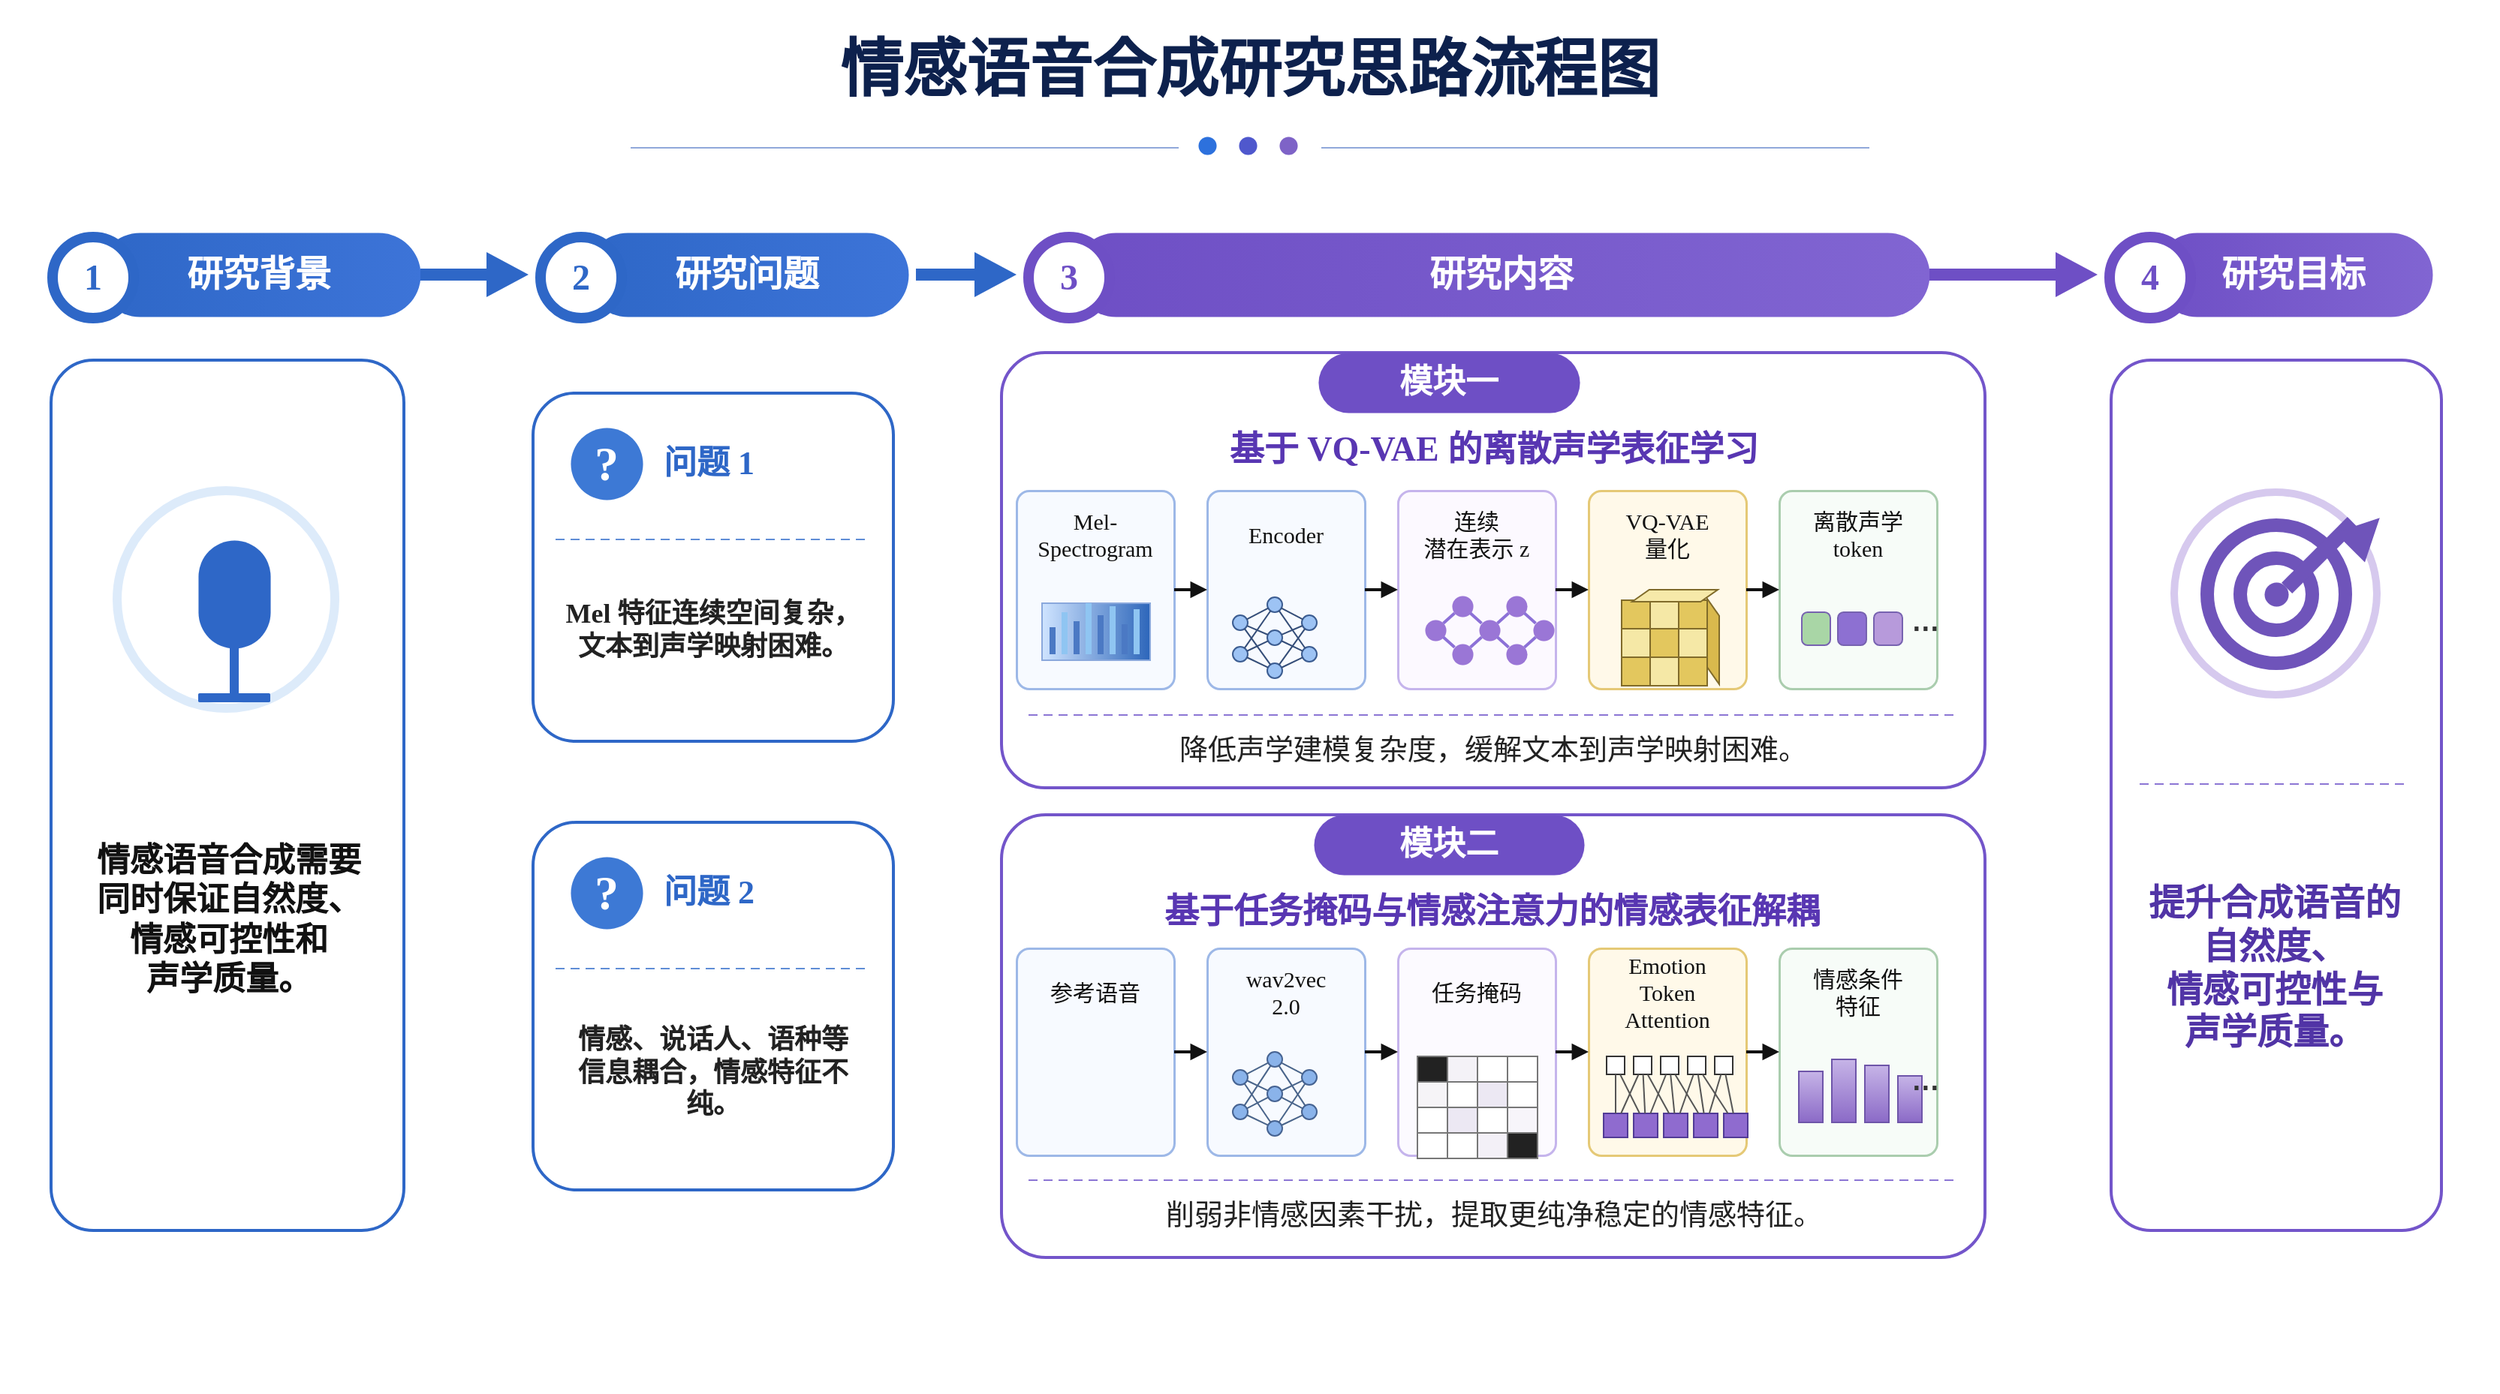
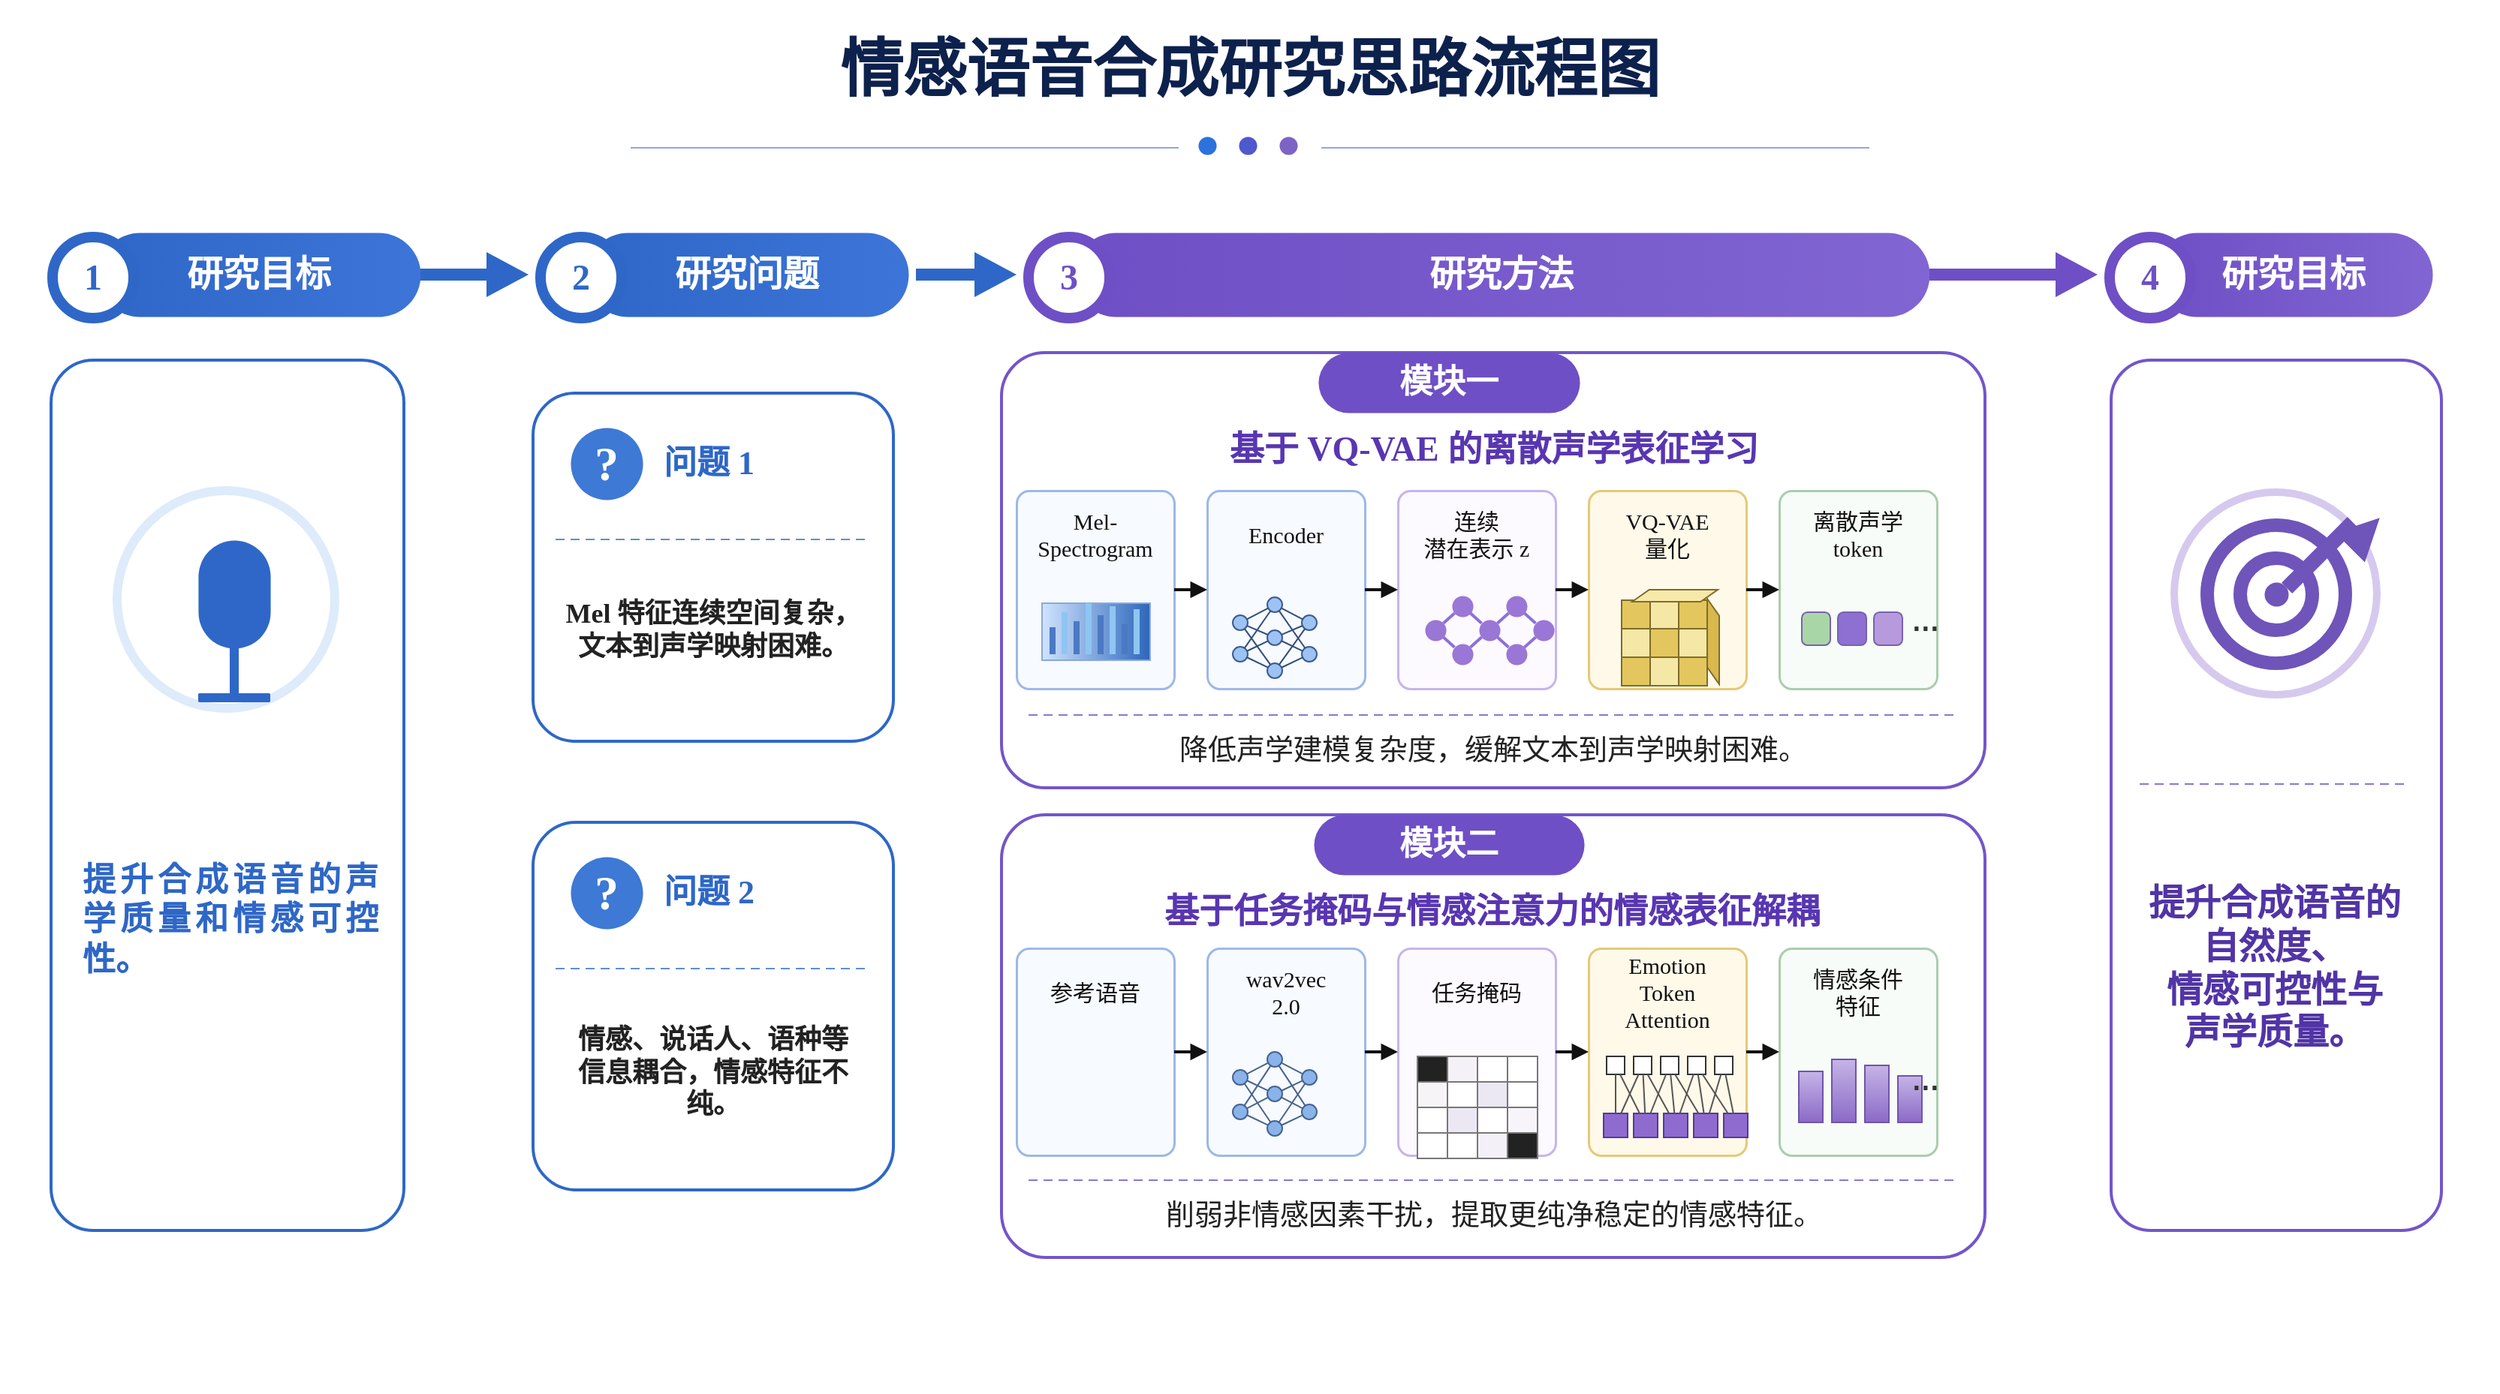
<mxfile host="app.diagrams.net">
  <diagram name="第 1 页" id="fVVEHDjkvuh4-jfM98xs">
-     <mxGraphModel dx="1585" dy="988" grid="1" gridSize="10" guides="1" tooltips="1" connect="1" arrows="1" fold="1" page="1" pageScale="1" pageWidth="1664" pageHeight="928" math="1" shadow="0">
+     <mxGraphModel dx="1717" dy="1070" grid="1" gridSize="10" guides="1" tooltips="1" connect="1" arrows="1" fold="1" page="1" pageScale="1" pageWidth="1664" pageHeight="928" math="1" shadow="0">
      <root>
        <mxCell id="0" />
        <mxCell id="1" parent="0" />
        <mxCell id="v2" parent="1" style="shape=rect;fillColor=#FFFFFF;strokeColor=none;fontFamily=Comic Sans MS;" value="" vertex="1">
          <mxGeometry height="928" width="1664" as="geometry" />
        </mxCell>
        <mxCell id="v3" parent="1" style="text;html=1;whiteSpace=wrap;align=center;verticalAlign=middle;fontFamily=Comic Sans MS;fontSize=42;fontColor=#0D214D;fontStyle=1;spacing=0;" value="情感语音合成研究思路流程图" vertex="1">
          <mxGeometry height="58" width="885" x="390" y="18" as="geometry" />
        </mxCell>
        <mxCell id="v4" parent="1" style="shape=line;strokeColor=#90A8DA;strokeWidth=1;fontFamily=Comic Sans MS;" value="" vertex="1">
          <mxGeometry height="1" width="365" x="420" y="98" as="geometry" />
        </mxCell>
        <mxCell id="v5" parent="1" style="shape=line;strokeColor=#90A8DA;strokeWidth=1;fontFamily=Comic Sans MS;" value="" vertex="1">
          <mxGeometry height="1" width="365" x="880" y="98" as="geometry" />
        </mxCell>
        <mxCell id="v6" parent="1" style="ellipse;whiteSpace=wrap;html=1;fillColor=#2D71DD;strokeColor=#2D71DD;strokeWidth=0;fontFamily=Comic Sans MS;" value="" vertex="1">
          <mxGeometry height="12" width="12" x="798" y="91" as="geometry" />
        </mxCell>
        <mxCell id="v7" parent="1" style="ellipse;whiteSpace=wrap;html=1;fillColor=#4F58CD;strokeColor=#4F58CD;strokeWidth=0;fontFamily=Comic Sans MS;" value="" vertex="1">
          <mxGeometry height="12" width="12" x="825" y="91" as="geometry" />
        </mxCell>
        <mxCell id="v8" parent="1" style="ellipse;whiteSpace=wrap;html=1;fillColor=#7E63C7;strokeColor=#7E63C7;strokeWidth=0;fontFamily=Comic Sans MS;" value="" vertex="1">
          <mxGeometry height="12" width="12" x="852" y="91" as="geometry" />
        </mxCell>
-         <mxCell id="v9" parent="1" style="rounded=1;arcSize=50;whiteSpace=wrap;html=1;fillColor=#2E67C7;strokeColor=none;strokeWidth=0;fontFamily=Comic Sans MS;gradientColor=#3D74D8;gradientDirection=east;fontSize=24;fontColor=#FFFFFF;fontStyle=1;align=center;verticalAlign=middle;" value="研究背景" vertex="1">
+         <mxCell id="v9" parent="1" style="rounded=1;arcSize=50;whiteSpace=wrap;html=1;fillColor=#2E67C7;strokeColor=none;strokeWidth=0;fontFamily=Comic Sans MS;gradientColor=#3D74D8;gradientDirection=east;fontSize=24;fontColor=#FFFFFF;fontStyle=1;align=center;verticalAlign=middle;" value="研究目标" vertex="1">
          <mxGeometry height="56" width="215" x="65" y="155" as="geometry" />
        </mxCell>
        <mxCell id="v10" parent="1" style="ellipse;whiteSpace=wrap;html=1;fillColor=#FFFFFF;strokeColor=#2E67C7;strokeWidth=7;fontFamily=Comic Sans MS;fontSize=24;fontColor=#2E67C7;fontStyle=1;align=center;verticalAlign=middle;" value="1" vertex="1">
          <mxGeometry height="54" width="54" x="35" y="158" as="geometry" />
        </mxCell>
        <mxCell id="v11" parent="1" style="rounded=1;arcSize=50;whiteSpace=wrap;html=1;fillColor=#2E67C7;strokeColor=none;strokeWidth=0;fontFamily=Comic Sans MS;gradientColor=#3D74D8;gradientDirection=east;fontSize=24;fontColor=#FFFFFF;fontStyle=1;align=center;verticalAlign=middle;" value="研究问题" vertex="1">
          <mxGeometry height="56" width="215" x="390" y="155" as="geometry" />
        </mxCell>
        <mxCell id="v12" parent="1" style="ellipse;whiteSpace=wrap;html=1;fillColor=#FFFFFF;strokeColor=#2E67C7;strokeWidth=7;fontFamily=Comic Sans MS;fontSize=24;fontColor=#2E67C7;fontStyle=1;align=center;verticalAlign=middle;" value="2" vertex="1">
          <mxGeometry height="54" width="54" x="360" y="158" as="geometry" />
        </mxCell>
-         <mxCell id="v13" parent="1" style="rounded=1;arcSize=50;whiteSpace=wrap;html=1;fillColor=#6E4FC5;strokeColor=none;strokeWidth=0;fontFamily=Comic Sans MS;gradientColor=#8165D2;gradientDirection=east;fontSize=24;fontColor=#FFFFFF;fontStyle=1;align=center;verticalAlign=middle;" value="研究内容" vertex="1">
+         <mxCell id="v13" parent="1" style="rounded=1;arcSize=50;whiteSpace=wrap;html=1;fillColor=#6E4FC5;strokeColor=none;strokeWidth=0;fontFamily=Comic Sans MS;gradientColor=#8165D2;gradientDirection=east;fontSize=24;fontColor=#FFFFFF;fontStyle=1;align=center;verticalAlign=middle;" value="研究方法" vertex="1">
          <mxGeometry height="56" width="570" x="715" y="155" as="geometry" />
        </mxCell>
        <mxCell id="v14" parent="1" style="ellipse;whiteSpace=wrap;html=1;fillColor=#FFFFFF;strokeColor=#6E4FC5;strokeWidth=7;fontFamily=Comic Sans MS;fontSize=24;fontColor=#6E4FC5;fontStyle=1;align=center;verticalAlign=middle;" value="3" vertex="1">
          <mxGeometry height="54" width="54" x="685" y="158" as="geometry" />
        </mxCell>
        <mxCell id="v15" parent="1" style="rounded=1;arcSize=50;whiteSpace=wrap;html=1;fillColor=#6E4FC5;strokeColor=none;strokeWidth=0;fontFamily=Comic Sans MS;gradientColor=#8165D2;gradientDirection=east;fontSize=24;fontColor=#FFFFFF;fontStyle=1;align=center;verticalAlign=middle;" value="研究目标" vertex="1">
          <mxGeometry height="56" width="185" x="1435" y="155" as="geometry" />
        </mxCell>
        <mxCell id="v16" parent="1" style="ellipse;whiteSpace=wrap;html=1;fillColor=#FFFFFF;strokeColor=#6E4FC5;strokeWidth=7;fontFamily=Comic Sans MS;fontSize=24;fontColor=#6E4FC5;fontStyle=1;align=center;verticalAlign=middle;" value="4" vertex="1">
          <mxGeometry height="54" width="54" x="1405" y="158" as="geometry" />
        </mxCell>
        <mxCell id="v17" parent="1" style="shape=rect;fillColor=#2E67C7;strokeColor=none;fontFamily=Comic Sans MS;" value="" vertex="1">
          <mxGeometry height="8" width="52" x="280" y="179" as="geometry" />
        </mxCell>
        <mxCell id="v18" parent="1" style="shape=triangle;direction=east;fillColor=#2E67C7;strokeColor=none;fontFamily=Comic Sans MS;" value="" vertex="1">
          <mxGeometry height="30" width="28" x="324" y="168" as="geometry" />
        </mxCell>
        <mxCell id="v19" parent="1" style="shape=rect;fillColor=#2E67C7;strokeColor=none;fontFamily=Comic Sans MS;" value="" vertex="1">
          <mxGeometry height="8" width="47" x="610" y="179" as="geometry" />
        </mxCell>
        <mxCell id="v20" parent="1" style="shape=triangle;direction=east;fillColor=#2E67C7;strokeColor=none;fontFamily=Comic Sans MS;" value="" vertex="1">
          <mxGeometry height="30" width="28" x="649" y="168" as="geometry" />
        </mxCell>
        <mxCell id="v21" parent="1" style="shape=rect;fillColor=#6E4FC5;strokeColor=none;fontFamily=Comic Sans MS;" value="" vertex="1">
          <mxGeometry height="8" width="92" x="1285" y="179" as="geometry" />
        </mxCell>
        <mxCell id="v22" parent="1" style="shape=triangle;direction=east;fillColor=#6E4FC5;strokeColor=none;fontFamily=Comic Sans MS;" value="" vertex="1">
          <mxGeometry height="30" width="28" x="1369" y="168" as="geometry" />
        </mxCell>
        <mxCell id="v23" parent="1" style="rounded=1;arcSize=12;whiteSpace=wrap;html=1;fillColor=#FFFFFF;strokeColor=#2E67C7;strokeWidth=2;fontFamily=Comic Sans MS;" value="" vertex="1">
          <mxGeometry height="580" width="235" x="34" y="240" as="geometry" />
        </mxCell>
        <mxCell id="v24" parent="1" style="rounded=1;arcSize=12;whiteSpace=wrap;html=1;fillColor=#FFFFFF;strokeColor=#2E67C7;strokeWidth=2;fontFamily=Comic Sans MS;" value="" vertex="1">
          <mxGeometry height="232" width="240" x="355" y="262" as="geometry" />
        </mxCell>
        <mxCell id="v25" parent="1" style="rounded=1;arcSize=12;whiteSpace=wrap;html=1;fillColor=#FFFFFF;strokeColor=#2E67C7;strokeWidth=2;fontFamily=Comic Sans MS;" value="" vertex="1">
          <mxGeometry height="245" width="240" x="355" y="548" as="geometry" />
        </mxCell>
        <mxCell id="v26" parent="1" style="rounded=1;arcSize=10;whiteSpace=wrap;html=1;fillColor=#FFFFFF;strokeColor=#7355CA;strokeWidth=2;fontFamily=Comic Sans MS;" value="" vertex="1">
          <mxGeometry height="290" width="655" x="667" y="235" as="geometry" />
        </mxCell>
        <mxCell id="v27" parent="1" style="rounded=1;arcSize=10;whiteSpace=wrap;html=1;fillColor=#FFFFFF;strokeColor=#7355CA;strokeWidth=2;fontFamily=Comic Sans MS;" value="" vertex="1">
          <mxGeometry height="295" width="655" x="667" y="543" as="geometry" />
        </mxCell>
        <mxCell id="v28" parent="1" style="rounded=1;arcSize=12;whiteSpace=wrap;html=1;fillColor=#FFFFFF;strokeColor=#7355CA;strokeWidth=2;fontFamily=Comic Sans MS;" value="" vertex="1">
          <mxGeometry height="580" width="220" x="1406" y="240" as="geometry" />
        </mxCell>
        <mxCell id="v29" parent="1" style="ellipse;whiteSpace=wrap;html=1;fillColor=#FFFFFF;strokeColor=#DDEBFA;strokeWidth=6;fontFamily=Comic Sans MS;" value="" vertex="1">
          <mxGeometry height="145" width="145" x="78" y="327" as="geometry" />
        </mxCell>
        <mxCell id="v30" parent="1" style="rounded=1;arcSize=50;whiteSpace=wrap;html=1;fillColor=#2E67C7;strokeColor=#2E67C7;strokeWidth=0;fontFamily=Comic Sans MS;" value="" vertex="1">
          <mxGeometry height="72" width="48" x="132" y="360" as="geometry" />
        </mxCell>
        <mxCell id="v31" parent="1" style="shape=mxgraph.basic.arc;startAngle=180;endAngle=360;fillColor=none;strokeColor=#2E67C7;strokeWidth=5;fontFamily=Comic Sans MS;" value="" vertex="1">
          <mxGeometry height="58" width="70" x="121" y="388" as="geometry" />
        </mxCell>
        <mxCell id="v32" parent="1" style="shape=rect;fillColor=#2E67C7;strokeColor=none;fontFamily=Comic Sans MS;" value="" vertex="1">
          <mxGeometry height="34" width="6" x="153" y="431" as="geometry" />
        </mxCell>
        <mxCell id="v33" parent="1" style="shape=rect;fillColor=#2E67C7;strokeColor=none;rounded=1;fontFamily=Comic Sans MS;" value="" vertex="1">
          <mxGeometry height="6" width="48" x="132" y="462" as="geometry" />
        </mxCell>
        <mxCell id="v34" parent="1" style="shape=mxgraph.basic.arc;startAngle=90;endAngle=270;direction=west;fillColor=none;strokeColor=#2E67C7;strokeWidth=4;fontFamily=Comic Sans MS;" value="" vertex="1">
          <mxGeometry height="38" width="18" x="90" y="380" as="geometry" />
        </mxCell>
        <mxCell id="v35" parent="1" style="shape=mxgraph.basic.arc;startAngle=90;endAngle=270;direction=west;fillColor=none;strokeColor=#2E67C7;strokeWidth=4;fontFamily=Comic Sans MS;" value="" vertex="1">
          <mxGeometry height="54" width="28" x="82" y="372" as="geometry" />
        </mxCell>
        <mxCell id="v36" parent="1" style="shape=mxgraph.basic.arc;startAngle=90;endAngle=270;direction=east;fillColor=none;strokeColor=#2E67C7;strokeWidth=4;fontFamily=Comic Sans MS;" value="" vertex="1">
          <mxGeometry height="38" width="18" x="193" y="380" as="geometry" />
        </mxCell>
        <mxCell id="v37" parent="1" style="shape=mxgraph.basic.arc;startAngle=90;endAngle=270;direction=east;fillColor=none;strokeColor=#2E67C7;strokeWidth=4;fontFamily=Comic Sans MS;" value="" vertex="1">
          <mxGeometry height="54" width="28" x="192" y="372" as="geometry" />
        </mxCell>
-         <mxCell id="v38" parent="1" style="text;html=1;whiteSpace=wrap;align=center;verticalAlign=middle;fontFamily=Comic Sans MS;fontSize=22;fontColor=#111111;fontStyle=0;spacing=0;" value="&lt;b&gt;情感语音合成需要&lt;br&gt;同时保证自然度、&lt;br&gt;情感可控性和&lt;br&gt;声学质量。&lt;/b&gt;" vertex="1">
+         <mxCell id="v38" parent="1" style="text;html=1;whiteSpace=wrap;align=left;verticalAlign=middle;fontFamily=Comic Sans MS;fontSize=22;fontColor=#111111;fontStyle=0;spacing=0;" value="&lt;div style=&quot;text-align: justify;&quot;&gt;&lt;b style=&quot;background-color: transparent; color: light-dark(rgb(46, 103, 199), rgb(237, 237, 237));&quot;&gt;提升合成语音的声学质量和情感可控性。&lt;/b&gt;&lt;/div&gt;" vertex="1">
          <mxGeometry height="225" width="195" x="55" y="500" as="geometry" />
        </mxCell>
        <mxCell id="v39" parent="1" style="ellipse;whiteSpace=wrap;html=1;fillColor=#3D79D5;strokeColor=#3D79D5;strokeWidth=0;fontFamily=Comic Sans MS;fontSize=32;fontColor=#FFFFFF;fontStyle=1;align=center;verticalAlign=middle;" value="?" vertex="1">
          <mxGeometry height="48" width="48" x="380" y="285" as="geometry" />
        </mxCell>
        <mxCell id="v40" parent="1" style="text;html=1;whiteSpace=wrap;align=left;verticalAlign=middle;fontFamily=Comic Sans MS;fontSize=22;fontColor=#2E67C7;fontStyle=1;spacing=0;" value="问题 1" vertex="1">
          <mxGeometry height="44" width="120" x="442" y="287" as="geometry" />
        </mxCell>
        <mxCell id="v41" parent="1" style="shape=line;strokeColor=#5F8DD6;strokeWidth=1;dashed=1;dashPattern=6 4;fontFamily=Comic Sans MS;" value="" vertex="1">
          <mxGeometry height="1" width="210" x="370" y="359" as="geometry" />
        </mxCell>
        <mxCell id="v42" parent="1" style="ellipse;whiteSpace=wrap;html=1;fillColor=#3D79D5;strokeColor=#3D79D5;strokeWidth=0;fontFamily=Comic Sans MS;fontSize=32;fontColor=#FFFFFF;fontStyle=1;align=center;verticalAlign=middle;" value="?" vertex="1">
          <mxGeometry height="48" width="48" x="380" y="571" as="geometry" />
        </mxCell>
        <mxCell id="v43" parent="1" style="text;html=1;whiteSpace=wrap;align=left;verticalAlign=middle;fontFamily=Comic Sans MS;fontSize=22;fontColor=#2E67C7;fontStyle=1;spacing=0;" value="问题 2" vertex="1">
          <mxGeometry height="44" width="120" x="442" y="573" as="geometry" />
        </mxCell>
        <mxCell id="v44" parent="1" style="shape=line;strokeColor=#5F8DD6;strokeWidth=1;dashed=1;dashPattern=6 4;fontFamily=Comic Sans MS;" value="" vertex="1">
          <mxGeometry height="1" width="210" x="370" y="645" as="geometry" />
        </mxCell>
        <mxCell id="v45" parent="1" style="text;html=1;whiteSpace=wrap;align=center;verticalAlign=middle;fontFamily=Comic Sans MS;fontSize=18;fontColor=#222222;fontStyle=0;spacing=0;" value="&lt;b&gt;Mel 特征连续空间复杂，&lt;br&gt;文本到声学映射困难。&lt;/b&gt;" vertex="1">
          <mxGeometry height="110" width="210" x="370" y="365" as="geometry" />
        </mxCell>
        <mxCell id="v46" parent="1" style="text;html=1;whiteSpace=wrap;align=center;verticalAlign=middle;fontFamily=Comic Sans MS;fontSize=18;fontColor=#222222;fontStyle=0;spacing=0;" value="&lt;b&gt;情感、说话人、语种等&lt;br&gt;信息耦合，情感特征不纯。&lt;/b&gt;" vertex="1">
          <mxGeometry height="115" width="210" x="370" y="657" as="geometry" />
        </mxCell>
        <mxCell id="e47" edge="1" parent="1" style="edgeStyle=orthogonalEdgeStyle;rounded=0;html=1;strokeColor=#3B72CA;strokeWidth=3;dashed=1;dashPattern=6 4;endArrow=block;endFill=1;" value="">
          <mxGeometry relative="1" as="geometry">
            <Array as="points">
              <mxPoint x="278" y="510" />
              <mxPoint x="310" y="510" />
              <mxPoint x="310" y="378" />
              <mxPoint x="350" y="378" />
            </Array>
          </mxGeometry>
        </mxCell>
        <mxCell id="e48" edge="1" parent="1" style="edgeStyle=orthogonalEdgeStyle;rounded=0;html=1;strokeColor=#3B72CA;strokeWidth=3;dashed=1;dashPattern=6 4;endArrow=block;endFill=1;" value="">
          <mxGeometry relative="1" as="geometry">
            <Array as="points">
              <mxPoint x="278" y="510" />
              <mxPoint x="310" y="510" />
              <mxPoint x="310" y="670" />
              <mxPoint x="350" y="670" />
            </Array>
          </mxGeometry>
        </mxCell>
        <mxCell id="e49" edge="1" parent="1" style="edgeStyle=orthogonalEdgeStyle;rounded=0;html=1;strokeColor=#6E4FC5;strokeWidth=3;dashed=1;dashPattern=6 4;endArrow=block;endFill=1;" value="">
          <mxGeometry relative="1" as="geometry">
            <Array as="points">
              <mxPoint x="595" y="378" />
              <mxPoint x="625" y="378" />
              <mxPoint x="625" y="356" />
              <mxPoint x="665" y="356" />
            </Array>
          </mxGeometry>
        </mxCell>
        <mxCell id="e50" edge="1" parent="1" style="edgeStyle=orthogonalEdgeStyle;rounded=0;html=1;strokeColor=#6E4FC5;strokeWidth=3;dashed=1;dashPattern=6 4;endArrow=block;endFill=1;" value="">
          <mxGeometry relative="1" as="geometry">
            <Array as="points">
              <mxPoint x="595" y="670" />
              <mxPoint x="625" y="670" />
              <mxPoint x="625" y="695" />
              <mxPoint x="665" y="695" />
            </Array>
          </mxGeometry>
        </mxCell>
        <mxCell id="v51" parent="1" style="rounded=1;arcSize=50;whiteSpace=wrap;html=1;fillColor=#6E4FC5;strokeColor=#6E4FC5;strokeWidth=0;fontFamily=Comic Sans MS;fontSize=22;fontColor=#FFFFFF;fontStyle=1;align=center;verticalAlign=middle;" value="模块一" vertex="1">
          <mxGeometry height="40" width="174" x="878" y="235" as="geometry" />
        </mxCell>
        <mxCell id="v52" parent="1" style="rounded=1;arcSize=50;whiteSpace=wrap;html=1;fillColor=#6E4FC5;strokeColor=#6E4FC5;strokeWidth=0;fontFamily=Comic Sans MS;fontSize=22;fontColor=#FFFFFF;fontStyle=1;align=center;verticalAlign=middle;" value="模块二" vertex="1">
          <mxGeometry height="40" width="180" x="875" y="543" as="geometry" />
        </mxCell>
        <mxCell id="v53" parent="1" style="text;html=1;whiteSpace=wrap;align=center;verticalAlign=middle;fontFamily=Comic Sans MS;fontSize=23;fontColor=#5836B2;fontStyle=1;spacing=0;" value="基于 VQ-VAE 的离散声学表征学习" vertex="1">
          <mxGeometry height="38" width="520" x="735" y="280" as="geometry" />
        </mxCell>
        <mxCell id="v54" parent="1" style="text;html=1;whiteSpace=wrap;align=center;verticalAlign=middle;fontFamily=Comic Sans MS;fontSize=23;fontColor=#5836B2;fontStyle=1;spacing=0;" value="基于任务掩码与情感注意力的情感表征解耦" vertex="1">
          <mxGeometry height="38" width="580" x="704" y="588" as="geometry" />
        </mxCell>
        <mxCell id="v55" parent="1" style="rounded=1;arcSize=8;whiteSpace=wrap;html=1;fillColor=#F7FAFF;strokeColor=#9DB8E7;strokeWidth=1.5;fontFamily=Comic Sans MS;" value="" vertex="1">
          <mxGeometry height="132" width="105" x="677" y="327" as="geometry" />
        </mxCell>
        <mxCell id="v56" parent="1" style="text;html=1;whiteSpace=wrap;align=center;verticalAlign=middle;fontFamily=Comic Sans MS;fontSize=15;fontColor=#111111;fontStyle=0;spacing=0;" value="Mel-&lt;br&gt;Spectrogram" vertex="1">
          <mxGeometry height="42" width="95" x="682" y="335" as="geometry" />
        </mxCell>
        <mxCell id="v57" parent="1" style="rounded=1;arcSize=8;whiteSpace=wrap;html=1;fillColor=#F7FAFF;strokeColor=#9DB8E7;strokeWidth=1.5;fontFamily=Comic Sans MS;" value="" vertex="1">
          <mxGeometry height="132" width="105" x="804" y="327" as="geometry" />
        </mxCell>
        <mxCell id="v58" parent="1" style="text;html=1;whiteSpace=wrap;align=center;verticalAlign=middle;fontFamily=Comic Sans MS;fontSize=15;fontColor=#111111;fontStyle=0;spacing=0;" value="Encoder" vertex="1">
          <mxGeometry height="42" width="95" x="809" y="335" as="geometry" />
        </mxCell>
        <mxCell id="v59" parent="1" style="rounded=1;arcSize=8;whiteSpace=wrap;html=1;fillColor=#FCF9FF;strokeColor=#C5B4EC;strokeWidth=1.5;fontFamily=Comic Sans MS;" value="" vertex="1">
          <mxGeometry height="132" width="105" x="931" y="327" as="geometry" />
        </mxCell>
        <mxCell id="v60" parent="1" style="text;html=1;whiteSpace=wrap;align=center;verticalAlign=middle;fontFamily=Comic Sans MS;fontSize=15;fontColor=#111111;fontStyle=0;spacing=0;" value="连续&lt;br&gt;潜在表示 z" vertex="1">
          <mxGeometry height="42" width="95" x="936" y="335" as="geometry" />
        </mxCell>
        <mxCell id="v61" parent="1" style="rounded=1;arcSize=8;whiteSpace=wrap;html=1;fillColor=#FFF9E9;strokeColor=#E5C976;strokeWidth=1.5;fontFamily=Comic Sans MS;" value="" vertex="1">
          <mxGeometry height="132" width="105" x="1058" y="327" as="geometry" />
        </mxCell>
        <mxCell id="v62" parent="1" style="text;html=1;whiteSpace=wrap;align=center;verticalAlign=middle;fontFamily=Comic Sans MS;fontSize=15;fontColor=#111111;fontStyle=0;spacing=0;" value="VQ-VAE&lt;br&gt;量化" vertex="1">
          <mxGeometry height="42" width="95" x="1063" y="335" as="geometry" />
        </mxCell>
        <mxCell id="v63" parent="1" style="rounded=1;arcSize=8;whiteSpace=wrap;html=1;fillColor=#F7FCF8;strokeColor=#AACDAE;strokeWidth=1.5;fontFamily=Comic Sans MS;" value="" vertex="1">
          <mxGeometry height="132" width="105" x="1185" y="327" as="geometry" />
        </mxCell>
        <mxCell id="v64" parent="1" style="text;html=1;whiteSpace=wrap;align=center;verticalAlign=middle;fontFamily=Comic Sans MS;fontSize=15;fontColor=#111111;fontStyle=0;spacing=0;" value="离散声学&lt;br&gt;token" vertex="1">
          <mxGeometry height="42" width="95" x="1190" y="335" as="geometry" />
        </mxCell>
        <mxCell id="e65" edge="1" parent="1" source="v55" style="edgeStyle=orthogonalEdgeStyle;rounded=0;html=1;strokeColor=#111111;strokeWidth=2;endArrow=block;endFill=1;fontFamily=Comic Sans MS;" target="v57" value="">
          <mxGeometry relative="1" as="geometry" />
        </mxCell>
        <mxCell id="e66" edge="1" parent="1" source="v57" style="edgeStyle=orthogonalEdgeStyle;rounded=0;html=1;strokeColor=#111111;strokeWidth=2;endArrow=block;endFill=1;fontFamily=Comic Sans MS;" target="v59" value="">
          <mxGeometry relative="1" as="geometry" />
        </mxCell>
        <mxCell id="e67" edge="1" parent="1" source="v59" style="edgeStyle=orthogonalEdgeStyle;rounded=0;html=1;strokeColor=#111111;strokeWidth=2;endArrow=block;endFill=1;fontFamily=Comic Sans MS;" target="v61" value="">
          <mxGeometry relative="1" as="geometry" />
        </mxCell>
        <mxCell id="e68" edge="1" parent="1" source="v61" style="edgeStyle=orthogonalEdgeStyle;rounded=0;html=1;strokeColor=#111111;strokeWidth=2;endArrow=block;endFill=1;fontFamily=Comic Sans MS;" target="v63" value="">
          <mxGeometry relative="1" as="geometry" />
        </mxCell>
        <mxCell id="v69" parent="1" style="shape=rect;rounded=0;fillColor=#CFE4FF;gradientColor=#2D66BA;gradientDirection=east;strokeColor=#8AA8DC;fontFamily=Comic Sans MS;" value="" vertex="1">
          <mxGeometry height="38" width="72" x="694" y="402" as="geometry" />
        </mxCell>
        <mxCell id="v70" parent="1" style="shape=rect;fillColor=#4B79C4;strokeColor=none;fontFamily=Comic Sans MS;" value="" vertex="1">
          <mxGeometry height="18" width="4" x="699" y="418" as="geometry" />
        </mxCell>
        <mxCell id="v71" parent="1" style="shape=rect;fillColor=#8FC5F2;strokeColor=none;fontFamily=Comic Sans MS;" value="" vertex="1">
          <mxGeometry height="28" width="4" x="707" y="408" as="geometry" />
        </mxCell>
        <mxCell id="v72" parent="1" style="shape=rect;fillColor=#4B79C4;strokeColor=none;fontFamily=Comic Sans MS;" value="" vertex="1">
          <mxGeometry height="22" width="4" x="715" y="414" as="geometry" />
        </mxCell>
        <mxCell id="v73" parent="1" style="shape=rect;fillColor=#8FC5F2;strokeColor=none;fontFamily=Comic Sans MS;" value="" vertex="1">
          <mxGeometry height="34" width="4" x="723" y="402" as="geometry" />
        </mxCell>
        <mxCell id="v74" parent="1" style="shape=rect;fillColor=#4B79C4;strokeColor=none;fontFamily=Comic Sans MS;" value="" vertex="1">
          <mxGeometry height="26" width="4" x="731" y="410" as="geometry" />
        </mxCell>
        <mxCell id="v75" parent="1" style="shape=rect;fillColor=#8FC5F2;strokeColor=none;fontFamily=Comic Sans MS;" value="" vertex="1">
          <mxGeometry height="32" width="4" x="739" y="404" as="geometry" />
        </mxCell>
        <mxCell id="v76" parent="1" style="shape=rect;fillColor=#4B79C4;strokeColor=none;fontFamily=Comic Sans MS;" value="" vertex="1">
          <mxGeometry height="20" width="4" x="747" y="416" as="geometry" />
        </mxCell>
        <mxCell id="v77" parent="1" style="shape=rect;fillColor=#8FC5F2;strokeColor=none;fontFamily=Comic Sans MS;" value="" vertex="1">
          <mxGeometry height="30" width="4" x="755" y="406" as="geometry" />
        </mxCell>
        <mxCell id="v78" parent="1" style="ellipse;whiteSpace=wrap;html=1;fillColor=#9DC3F4;strokeColor=#3B5C91;strokeWidth=1;fontFamily=Comic Sans MS;" value="" vertex="1">
          <mxGeometry height="10" width="10" x="821" y="410" as="geometry" />
        </mxCell>
        <mxCell id="v79" parent="1" style="ellipse;whiteSpace=wrap;html=1;fillColor=#9DC3F4;strokeColor=#3B5C91;strokeWidth=1;fontFamily=Comic Sans MS;" value="" vertex="1">
          <mxGeometry height="10" width="10" x="821" y="431" as="geometry" />
        </mxCell>
        <mxCell id="v80" parent="1" style="ellipse;whiteSpace=wrap;html=1;fillColor=#9DC3F4;strokeColor=#3B5C91;strokeWidth=1;fontFamily=Comic Sans MS;" value="" vertex="1">
          <mxGeometry height="10" width="10" x="844" y="398" as="geometry" />
        </mxCell>
        <mxCell id="v81" parent="1" style="ellipse;whiteSpace=wrap;html=1;fillColor=#9DC3F4;strokeColor=#3B5C91;strokeWidth=1;fontFamily=Comic Sans MS;" value="" vertex="1">
          <mxGeometry height="10" width="10" x="844" y="420" as="geometry" />
        </mxCell>
        <mxCell id="v82" parent="1" style="ellipse;whiteSpace=wrap;html=1;fillColor=#9DC3F4;strokeColor=#3B5C91;strokeWidth=1;fontFamily=Comic Sans MS;" value="" vertex="1">
          <mxGeometry height="10" width="10" x="844" y="442" as="geometry" />
        </mxCell>
        <mxCell id="v83" parent="1" style="ellipse;whiteSpace=wrap;html=1;fillColor=#9DC3F4;strokeColor=#3B5C91;strokeWidth=1;fontFamily=Comic Sans MS;" value="" vertex="1">
          <mxGeometry height="10" width="10" x="867" y="410" as="geometry" />
        </mxCell>
        <mxCell id="v84" parent="1" style="ellipse;whiteSpace=wrap;html=1;fillColor=#9DC3F4;strokeColor=#3B5C91;strokeWidth=1;fontFamily=Comic Sans MS;" value="" vertex="1">
          <mxGeometry height="10" width="10" x="867" y="431" as="geometry" />
        </mxCell>
        <mxCell id="e85" edge="1" parent="1" source="v78" style="edgeStyle=none;html=1;strokeColor=#344D78;strokeWidth=1;endArrow=none;fontFamily=Comic Sans MS;" target="v80" value="">
          <mxGeometry relative="1" as="geometry" />
        </mxCell>
        <mxCell id="e86" edge="1" parent="1" source="v78" style="edgeStyle=none;html=1;strokeColor=#344D78;strokeWidth=1;endArrow=none;fontFamily=Comic Sans MS;" target="v81" value="">
          <mxGeometry relative="1" as="geometry" />
        </mxCell>
        <mxCell id="e87" edge="1" parent="1" source="v78" style="edgeStyle=none;html=1;strokeColor=#344D78;strokeWidth=1;endArrow=none;fontFamily=Comic Sans MS;" target="v82" value="">
          <mxGeometry relative="1" as="geometry" />
        </mxCell>
        <mxCell id="e88" edge="1" parent="1" source="v79" style="edgeStyle=none;html=1;strokeColor=#344D78;strokeWidth=1;endArrow=none;fontFamily=Comic Sans MS;" target="v80" value="">
          <mxGeometry relative="1" as="geometry" />
        </mxCell>
        <mxCell id="e89" edge="1" parent="1" source="v79" style="edgeStyle=none;html=1;strokeColor=#344D78;strokeWidth=1;endArrow=none;fontFamily=Comic Sans MS;" target="v81" value="">
          <mxGeometry relative="1" as="geometry" />
        </mxCell>
        <mxCell id="e90" edge="1" parent="1" source="v79" style="edgeStyle=none;html=1;strokeColor=#344D78;strokeWidth=1;endArrow=none;fontFamily=Comic Sans MS;" target="v82" value="">
          <mxGeometry relative="1" as="geometry" />
        </mxCell>
        <mxCell id="e91" edge="1" parent="1" source="v80" style="edgeStyle=none;html=1;strokeColor=#344D78;strokeWidth=1;endArrow=none;fontFamily=Comic Sans MS;" target="v83" value="">
          <mxGeometry relative="1" as="geometry" />
        </mxCell>
        <mxCell id="e92" edge="1" parent="1" source="v80" style="edgeStyle=none;html=1;strokeColor=#344D78;strokeWidth=1;endArrow=none;fontFamily=Comic Sans MS;" target="v84" value="">
          <mxGeometry relative="1" as="geometry" />
        </mxCell>
        <mxCell id="e93" edge="1" parent="1" source="v81" style="edgeStyle=none;html=1;strokeColor=#344D78;strokeWidth=1;endArrow=none;fontFamily=Comic Sans MS;" target="v83" value="">
          <mxGeometry relative="1" as="geometry" />
        </mxCell>
        <mxCell id="e94" edge="1" parent="1" source="v81" style="edgeStyle=none;html=1;strokeColor=#344D78;strokeWidth=1;endArrow=none;fontFamily=Comic Sans MS;" target="v84" value="">
          <mxGeometry relative="1" as="geometry" />
        </mxCell>
        <mxCell id="e95" edge="1" parent="1" source="v82" style="edgeStyle=none;html=1;strokeColor=#344D78;strokeWidth=1;endArrow=none;fontFamily=Comic Sans MS;" target="v83" value="">
          <mxGeometry relative="1" as="geometry" />
        </mxCell>
        <mxCell id="e96" edge="1" parent="1" source="v82" style="edgeStyle=none;html=1;strokeColor=#344D78;strokeWidth=1;endArrow=none;fontFamily=Comic Sans MS;" target="v84" value="">
          <mxGeometry relative="1" as="geometry" />
        </mxCell>
        <mxCell id="v97" parent="1" style="ellipse;whiteSpace=wrap;html=1;fillColor=#9A76D6;strokeColor=#9A76D6;strokeWidth=0;fontFamily=Comic Sans MS;" value="" vertex="1">
          <mxGeometry height="14" width="14" x="949" y="413" as="geometry" />
        </mxCell>
        <mxCell id="v98" parent="1" style="ellipse;whiteSpace=wrap;html=1;fillColor=#9A76D6;strokeColor=#9A76D6;strokeWidth=0;fontFamily=Comic Sans MS;" value="" vertex="1">
          <mxGeometry height="14" width="14" x="967" y="397" as="geometry" />
        </mxCell>
        <mxCell id="v99" parent="1" style="ellipse;whiteSpace=wrap;html=1;fillColor=#9A76D6;strokeColor=#9A76D6;strokeWidth=0;fontFamily=Comic Sans MS;" value="" vertex="1">
          <mxGeometry height="14" width="14" x="967" y="429" as="geometry" />
        </mxCell>
        <mxCell id="v100" parent="1" style="ellipse;whiteSpace=wrap;html=1;fillColor=#9A76D6;strokeColor=#9A76D6;strokeWidth=0;fontFamily=Comic Sans MS;" value="" vertex="1">
          <mxGeometry height="14" width="14" x="985" y="413" as="geometry" />
        </mxCell>
        <mxCell id="v101" parent="1" style="ellipse;whiteSpace=wrap;html=1;fillColor=#9A76D6;strokeColor=#9A76D6;strokeWidth=0;fontFamily=Comic Sans MS;" value="" vertex="1">
          <mxGeometry height="14" width="14" x="1003" y="397" as="geometry" />
        </mxCell>
        <mxCell id="v102" parent="1" style="ellipse;whiteSpace=wrap;html=1;fillColor=#9A76D6;strokeColor=#9A76D6;strokeWidth=0;fontFamily=Comic Sans MS;" value="" vertex="1">
          <mxGeometry height="14" width="14" x="1003" y="429" as="geometry" />
        </mxCell>
        <mxCell id="v103" parent="1" style="ellipse;whiteSpace=wrap;html=1;fillColor=#9A76D6;strokeColor=#9A76D6;strokeWidth=0;fontFamily=Comic Sans MS;" value="" vertex="1">
          <mxGeometry height="14" width="14" x="1021" y="413" as="geometry" />
        </mxCell>
        <mxCell id="e104" edge="1" parent="1" source="v97" style="edgeStyle=none;html=1;strokeColor=#8C71D7;strokeWidth=2;endArrow=none;fontFamily=Comic Sans MS;" target="v98" value="">
          <mxGeometry relative="1" as="geometry" />
        </mxCell>
        <mxCell id="e105" edge="1" parent="1" source="v97" style="edgeStyle=none;html=1;strokeColor=#8C71D7;strokeWidth=2;endArrow=none;fontFamily=Comic Sans MS;" target="v99" value="">
          <mxGeometry relative="1" as="geometry" />
        </mxCell>
        <mxCell id="e106" edge="1" parent="1" source="v98" style="edgeStyle=none;html=1;strokeColor=#8C71D7;strokeWidth=2;endArrow=none;fontFamily=Comic Sans MS;" target="v100" value="">
          <mxGeometry relative="1" as="geometry" />
        </mxCell>
        <mxCell id="e107" edge="1" parent="1" source="v99" style="edgeStyle=none;html=1;strokeColor=#8C71D7;strokeWidth=2;endArrow=none;fontFamily=Comic Sans MS;" target="v100" value="">
          <mxGeometry relative="1" as="geometry" />
        </mxCell>
        <mxCell id="e108" edge="1" parent="1" source="v100" style="edgeStyle=none;html=1;strokeColor=#8C71D7;strokeWidth=2;endArrow=none;fontFamily=Comic Sans MS;" target="v101" value="">
          <mxGeometry relative="1" as="geometry" />
        </mxCell>
        <mxCell id="e109" edge="1" parent="1" source="v100" style="edgeStyle=none;html=1;strokeColor=#8C71D7;strokeWidth=2;endArrow=none;fontFamily=Comic Sans MS;" target="v102" value="">
          <mxGeometry relative="1" as="geometry" />
        </mxCell>
        <mxCell id="e110" edge="1" parent="1" source="v101" style="edgeStyle=none;html=1;strokeColor=#8C71D7;strokeWidth=2;endArrow=none;fontFamily=Comic Sans MS;" target="v103" value="">
          <mxGeometry relative="1" as="geometry" />
        </mxCell>
        <mxCell id="e111" edge="1" parent="1" source="v102" style="edgeStyle=none;html=1;strokeColor=#8C71D7;strokeWidth=2;endArrow=none;fontFamily=Comic Sans MS;" target="v103" value="">
          <mxGeometry relative="1" as="geometry" />
        </mxCell>
        <mxCell id="v112" parent="1" style="shape=rect;fillColor=#E3C75E;strokeColor=#806B2A;strokeWidth=1;fontFamily=Comic Sans MS;" value="" vertex="1">
          <mxGeometry height="19" width="19" x="1080" y="400" as="geometry" />
        </mxCell>
        <mxCell id="v113" parent="1" style="shape=rect;fillColor=#F5E8A6;strokeColor=#806B2A;strokeWidth=1;fontFamily=Comic Sans MS;" value="" vertex="1">
          <mxGeometry height="19" width="19" x="1099" y="400" as="geometry" />
        </mxCell>
        <mxCell id="v114" parent="1" style="shape=rect;fillColor=#E3C75E;strokeColor=#806B2A;strokeWidth=1;fontFamily=Comic Sans MS;" value="" vertex="1">
          <mxGeometry height="19" width="19" x="1118" y="400" as="geometry" />
        </mxCell>
        <mxCell id="v115" parent="1" style="shape=rect;fillColor=#F5E8A6;strokeColor=#806B2A;strokeWidth=1;fontFamily=Comic Sans MS;" value="" vertex="1">
          <mxGeometry height="19" width="19" x="1080" y="419" as="geometry" />
        </mxCell>
        <mxCell id="v116" parent="1" style="shape=rect;fillColor=#E3C75E;strokeColor=#806B2A;strokeWidth=1;fontFamily=Comic Sans MS;" value="" vertex="1">
          <mxGeometry height="19" width="19" x="1099" y="419" as="geometry" />
        </mxCell>
        <mxCell id="v117" parent="1" style="shape=rect;fillColor=#F5E8A6;strokeColor=#806B2A;strokeWidth=1;fontFamily=Comic Sans MS;" value="" vertex="1">
          <mxGeometry height="19" width="19" x="1118" y="419" as="geometry" />
        </mxCell>
        <mxCell id="v118" parent="1" style="shape=rect;fillColor=#E3C75E;strokeColor=#806B2A;strokeWidth=1;fontFamily=Comic Sans MS;" value="" vertex="1">
          <mxGeometry height="19" width="19" x="1080" y="438" as="geometry" />
        </mxCell>
        <mxCell id="v119" parent="1" style="shape=rect;fillColor=#F5E8A6;strokeColor=#806B2A;strokeWidth=1;fontFamily=Comic Sans MS;" value="" vertex="1">
          <mxGeometry height="19" width="19" x="1099" y="438" as="geometry" />
        </mxCell>
        <mxCell id="v120" parent="1" style="shape=rect;fillColor=#E3C75E;strokeColor=#806B2A;strokeWidth=1;fontFamily=Comic Sans MS;" value="" vertex="1">
          <mxGeometry height="19" width="19" x="1118" y="438" as="geometry" />
        </mxCell>
        <mxCell id="v121" parent="1" style="shape=parallelogram;fillColor=#F6E9A9;strokeColor=#806B2A;strokeWidth=1;fontFamily=Comic Sans MS;" value="" vertex="1">
          <mxGeometry height="8" width="57" x="1087" y="393" as="geometry" />
        </mxCell>
        <mxCell id="v122" parent="1" style="shape=parallelogram;direction=south;fillColor=#D9B94D;strokeColor=#806B2A;strokeWidth=1;fontFamily=Comic Sans MS;" value="" vertex="1">
          <mxGeometry height="57" width="8" x="1137" y="399" as="geometry" />
        </mxCell>
        <mxCell id="v123" parent="1" style="rounded=1;arcSize=20;whiteSpace=wrap;html=1;fillColor=#A9D6A6;strokeColor=#7762B0;strokeWidth=1;fontFamily=Comic Sans MS;" value="" vertex="1">
          <mxGeometry height="22" width="19" x="1200" y="408" as="geometry" />
        </mxCell>
        <mxCell id="v124" parent="1" style="rounded=1;arcSize=20;whiteSpace=wrap;html=1;fillColor=#8D70D2;strokeColor=#7762B0;strokeWidth=1;fontFamily=Comic Sans MS;" value="" vertex="1">
          <mxGeometry height="22" width="19" x="1224" y="408" as="geometry" />
        </mxCell>
        <mxCell id="v125" parent="1" style="rounded=1;arcSize=20;whiteSpace=wrap;html=1;fillColor=#B79ADB;strokeColor=#7762B0;strokeWidth=1;fontFamily=Comic Sans MS;" value="" vertex="1">
          <mxGeometry height="22" width="19" x="1248" y="408" as="geometry" />
        </mxCell>
        <mxCell id="v126" parent="1" style="text;html=1;whiteSpace=wrap;align=center;verticalAlign=middle;fontFamily=Comic Sans MS;fontSize=18;fontColor=#333333;fontStyle=1;spacing=0;" value="⋯" vertex="1">
          <mxGeometry height="20" width="12" x="1276" y="409" as="geometry" />
        </mxCell>
        <mxCell id="v127" parent="1" style="shape=line;strokeColor=#8B75D4;strokeWidth=1;dashed=1;dashPattern=6 4;fontFamily=Comic Sans MS;" value="" vertex="1">
          <mxGeometry height="1" width="620" x="685" y="476" as="geometry" />
        </mxCell>
        <mxCell id="v128" parent="1" style="text;html=1;whiteSpace=wrap;align=center;verticalAlign=middle;fontFamily=Comic Sans MS;fontSize=19;fontColor=#222222;fontStyle=0;spacing=0;" value="降低声学建模复杂度，缓解文本到声学映射困难。" vertex="1">
          <mxGeometry height="30" width="575" x="707" y="485" as="geometry" />
        </mxCell>
        <mxCell id="v129" parent="1" style="rounded=1;arcSize=8;whiteSpace=wrap;html=1;fillColor=#F7FAFF;strokeColor=#9DB8E7;strokeWidth=1.5;fontFamily=Comic Sans MS;" value="" vertex="1">
          <mxGeometry height="138" width="105" x="677" y="632" as="geometry" />
        </mxCell>
        <mxCell id="v130" parent="1" style="text;html=1;whiteSpace=wrap;align=center;verticalAlign=middle;fontFamily=Comic Sans MS;fontSize=15;fontColor=#111111;fontStyle=0;spacing=0;" value="参考语音" vertex="1">
          <mxGeometry height="42" width="95" x="682" y="640" as="geometry" />
        </mxCell>
        <mxCell id="v131" parent="1" style="rounded=1;arcSize=8;whiteSpace=wrap;html=1;fillColor=#F7FAFF;strokeColor=#9DB8E7;strokeWidth=1.5;fontFamily=Comic Sans MS;" value="" vertex="1">
          <mxGeometry height="138" width="105" x="804" y="632" as="geometry" />
        </mxCell>
        <mxCell id="v132" parent="1" style="text;html=1;whiteSpace=wrap;align=center;verticalAlign=middle;fontFamily=Comic Sans MS;fontSize=15;fontColor=#111111;fontStyle=0;spacing=0;" value="wav2vec&lt;br&gt;2.0" vertex="1">
          <mxGeometry height="42" width="95" x="809" y="640" as="geometry" />
        </mxCell>
        <mxCell id="v133" parent="1" style="rounded=1;arcSize=8;whiteSpace=wrap;html=1;fillColor=#FCFAFF;strokeColor=#C5B4EC;strokeWidth=1.5;fontFamily=Comic Sans MS;" value="" vertex="1">
          <mxGeometry height="138" width="105" x="931" y="632" as="geometry" />
        </mxCell>
        <mxCell id="v134" parent="1" style="text;html=1;whiteSpace=wrap;align=center;verticalAlign=middle;fontFamily=Comic Sans MS;fontSize=15;fontColor=#111111;fontStyle=0;spacing=0;" value="任务掩码" vertex="1">
          <mxGeometry height="42" width="95" x="936" y="640" as="geometry" />
        </mxCell>
        <mxCell id="v135" parent="1" style="rounded=1;arcSize=8;whiteSpace=wrap;html=1;fillColor=#FFF9E9;strokeColor=#E5C976;strokeWidth=1.5;fontFamily=Comic Sans MS;" value="" vertex="1">
          <mxGeometry height="138" width="105" x="1058" y="632" as="geometry" />
        </mxCell>
        <mxCell id="v136" parent="1" style="text;html=1;whiteSpace=wrap;align=center;verticalAlign=middle;fontFamily=Comic Sans MS;fontSize=15;fontColor=#111111;fontStyle=0;spacing=0;" value="Emotion&lt;br&gt;Token&lt;br&gt;Attention" vertex="1">
          <mxGeometry height="42" width="95" x="1063" y="640" as="geometry" />
        </mxCell>
        <mxCell id="v137" parent="1" style="rounded=1;arcSize=8;whiteSpace=wrap;html=1;fillColor=#F7FCF8;strokeColor=#AACDAE;strokeWidth=1.5;fontFamily=Comic Sans MS;" value="" vertex="1">
          <mxGeometry height="138" width="105" x="1185" y="632" as="geometry" />
        </mxCell>
        <mxCell id="v138" parent="1" style="text;html=1;whiteSpace=wrap;align=center;verticalAlign=middle;fontFamily=Comic Sans MS;fontSize=15;fontColor=#111111;fontStyle=0;spacing=0;" value="情感条件&lt;br&gt;特征" vertex="1">
          <mxGeometry height="42" width="95" x="1190" y="640" as="geometry" />
        </mxCell>
        <mxCell id="e139" edge="1" parent="1" source="v129" style="edgeStyle=orthogonalEdgeStyle;rounded=0;html=1;strokeColor=#111111;strokeWidth=2;endArrow=block;endFill=1;fontFamily=Comic Sans MS;" target="v131" value="">
          <mxGeometry relative="1" as="geometry" />
        </mxCell>
        <mxCell id="e140" edge="1" parent="1" source="v131" style="edgeStyle=orthogonalEdgeStyle;rounded=0;html=1;strokeColor=#111111;strokeWidth=2;endArrow=block;endFill=1;fontFamily=Comic Sans MS;" target="v133" value="">
          <mxGeometry relative="1" as="geometry" />
        </mxCell>
        <mxCell id="e141" edge="1" parent="1" source="v133" style="edgeStyle=orthogonalEdgeStyle;rounded=0;html=1;strokeColor=#111111;strokeWidth=2;endArrow=block;endFill=1;fontFamily=Comic Sans MS;" target="v135" value="">
          <mxGeometry relative="1" as="geometry" />
        </mxCell>
        <mxCell id="e142" edge="1" parent="1" source="v135" style="edgeStyle=orthogonalEdgeStyle;rounded=0;html=1;strokeColor=#111111;strokeWidth=2;endArrow=block;endFill=1;fontFamily=Comic Sans MS;" target="v137" value="">
          <mxGeometry relative="1" as="geometry" />
        </mxCell>
        <mxCell id="e143" edge="1" parent="1" style="edgeStyle=none;html=1;strokeColor=#3D75CC;strokeWidth=2;endArrow=none;" value="">
          <mxGeometry relative="1" as="geometry">
            <Array as="points">
              <mxPoint x="687" y="731" />
              <mxPoint x="692" y="731" />
            </Array>
          </mxGeometry>
        </mxCell>
        <mxCell id="e144" edge="1" parent="1" style="edgeStyle=none;html=1;strokeColor=#3D75CC;strokeWidth=2;endArrow=none;" value="">
          <mxGeometry relative="1" as="geometry">
            <Array as="points">
              <mxPoint x="692" y="731" />
              <mxPoint x="696" y="724" />
            </Array>
          </mxGeometry>
        </mxCell>
        <mxCell id="e145" edge="1" parent="1" style="edgeStyle=none;html=1;strokeColor=#3D75CC;strokeWidth=2;endArrow=none;" value="">
          <mxGeometry relative="1" as="geometry">
            <Array as="points">
              <mxPoint x="696" y="724" />
              <mxPoint x="700" y="741" />
            </Array>
          </mxGeometry>
        </mxCell>
        <mxCell id="e146" edge="1" parent="1" style="edgeStyle=none;html=1;strokeColor=#3D75CC;strokeWidth=2;endArrow=none;" value="">
          <mxGeometry relative="1" as="geometry">
            <Array as="points">
              <mxPoint x="700" y="741" />
              <mxPoint x="704" y="713" />
            </Array>
          </mxGeometry>
        </mxCell>
        <mxCell id="e147" edge="1" parent="1" style="edgeStyle=none;html=1;strokeColor=#3D75CC;strokeWidth=2;endArrow=none;" value="">
          <mxGeometry relative="1" as="geometry">
            <Array as="points">
              <mxPoint x="704" y="713" />
              <mxPoint x="708" y="748" />
            </Array>
          </mxGeometry>
        </mxCell>
        <mxCell id="e148" edge="1" parent="1" style="edgeStyle=none;html=1;strokeColor=#3D75CC;strokeWidth=2;endArrow=none;" value="">
          <mxGeometry relative="1" as="geometry">
            <Array as="points">
              <mxPoint x="708" y="748" />
              <mxPoint x="712" y="722" />
            </Array>
          </mxGeometry>
        </mxCell>
        <mxCell id="e149" edge="1" parent="1" style="edgeStyle=none;html=1;strokeColor=#3D75CC;strokeWidth=2;endArrow=none;" value="">
          <mxGeometry relative="1" as="geometry">
            <Array as="points">
              <mxPoint x="712" y="722" />
              <mxPoint x="716" y="739" />
            </Array>
          </mxGeometry>
        </mxCell>
        <mxCell id="e150" edge="1" parent="1" style="edgeStyle=none;html=1;strokeColor=#3D75CC;strokeWidth=2;endArrow=none;" value="">
          <mxGeometry relative="1" as="geometry">
            <Array as="points">
              <mxPoint x="716" y="739" />
              <mxPoint x="720" y="715" />
            </Array>
          </mxGeometry>
        </mxCell>
        <mxCell id="e151" edge="1" parent="1" style="edgeStyle=none;html=1;strokeColor=#3D75CC;strokeWidth=2;endArrow=none;" value="">
          <mxGeometry relative="1" as="geometry">
            <Array as="points">
              <mxPoint x="720" y="715" />
              <mxPoint x="724" y="747" />
            </Array>
          </mxGeometry>
        </mxCell>
        <mxCell id="e152" edge="1" parent="1" style="edgeStyle=none;html=1;strokeColor=#3D75CC;strokeWidth=2;endArrow=none;" value="">
          <mxGeometry relative="1" as="geometry">
            <Array as="points">
              <mxPoint x="724" y="747" />
              <mxPoint x="728" y="727" />
            </Array>
          </mxGeometry>
        </mxCell>
        <mxCell id="e153" edge="1" parent="1" style="edgeStyle=none;html=1;strokeColor=#3D75CC;strokeWidth=2;endArrow=none;" value="">
          <mxGeometry relative="1" as="geometry">
            <Array as="points">
              <mxPoint x="728" y="727" />
              <mxPoint x="732" y="734" />
            </Array>
          </mxGeometry>
        </mxCell>
        <mxCell id="e154" edge="1" parent="1" style="edgeStyle=none;html=1;strokeColor=#3D75CC;strokeWidth=2;endArrow=none;" value="">
          <mxGeometry relative="1" as="geometry">
            <Array as="points">
              <mxPoint x="732" y="734" />
              <mxPoint x="736" y="720" />
            </Array>
          </mxGeometry>
        </mxCell>
        <mxCell id="e155" edge="1" parent="1" style="edgeStyle=none;html=1;strokeColor=#3D75CC;strokeWidth=2;endArrow=none;" value="">
          <mxGeometry relative="1" as="geometry">
            <Array as="points">
              <mxPoint x="736" y="720" />
              <mxPoint x="740" y="744" />
            </Array>
          </mxGeometry>
        </mxCell>
        <mxCell id="e156" edge="1" parent="1" style="edgeStyle=none;html=1;strokeColor=#3D75CC;strokeWidth=2;endArrow=none;" value="">
          <mxGeometry relative="1" as="geometry">
            <Array as="points">
              <mxPoint x="740" y="744" />
              <mxPoint x="744" y="725" />
            </Array>
          </mxGeometry>
        </mxCell>
        <mxCell id="e157" edge="1" parent="1" style="edgeStyle=none;html=1;strokeColor=#3D75CC;strokeWidth=2;endArrow=none;" value="">
          <mxGeometry relative="1" as="geometry">
            <Array as="points">
              <mxPoint x="744" y="725" />
              <mxPoint x="748" y="735" />
            </Array>
          </mxGeometry>
        </mxCell>
        <mxCell id="e158" edge="1" parent="1" style="edgeStyle=none;html=1;strokeColor=#3D75CC;strokeWidth=2;endArrow=none;" value="">
          <mxGeometry relative="1" as="geometry">
            <Array as="points">
              <mxPoint x="748" y="735" />
              <mxPoint x="754" y="731" />
            </Array>
          </mxGeometry>
        </mxCell>
        <mxCell id="e159" edge="1" parent="1" style="edgeStyle=none;html=1;strokeColor=#3D75CC;strokeWidth=2;endArrow=none;" value="">
          <mxGeometry relative="1" as="geometry">
            <Array as="points">
              <mxPoint x="754" y="731" />
              <mxPoint x="763" y="731" />
            </Array>
          </mxGeometry>
        </mxCell>
        <mxCell id="v160" parent="1" style="ellipse;whiteSpace=wrap;html=1;fillColor=#8AB3EA;strokeColor=#466392;strokeWidth=1;fontFamily=Comic Sans MS;" value="" vertex="1">
          <mxGeometry height="10" width="10" x="821" y="713" as="geometry" />
        </mxCell>
        <mxCell id="v161" parent="1" style="ellipse;whiteSpace=wrap;html=1;fillColor=#8AB3EA;strokeColor=#466392;strokeWidth=1;fontFamily=Comic Sans MS;" value="" vertex="1">
          <mxGeometry height="10" width="10" x="821" y="736" as="geometry" />
        </mxCell>
        <mxCell id="v162" parent="1" style="ellipse;whiteSpace=wrap;html=1;fillColor=#8AB3EA;strokeColor=#466392;strokeWidth=1;fontFamily=Comic Sans MS;" value="" vertex="1">
          <mxGeometry height="10" width="10" x="844" y="701" as="geometry" />
        </mxCell>
        <mxCell id="v163" parent="1" style="ellipse;whiteSpace=wrap;html=1;fillColor=#8AB3EA;strokeColor=#466392;strokeWidth=1;fontFamily=Comic Sans MS;" value="" vertex="1">
          <mxGeometry height="10" width="10" x="844" y="724" as="geometry" />
        </mxCell>
        <mxCell id="v164" parent="1" style="ellipse;whiteSpace=wrap;html=1;fillColor=#8AB3EA;strokeColor=#466392;strokeWidth=1;fontFamily=Comic Sans MS;" value="" vertex="1">
          <mxGeometry height="10" width="10" x="844" y="747" as="geometry" />
        </mxCell>
        <mxCell id="v165" parent="1" style="ellipse;whiteSpace=wrap;html=1;fillColor=#8AB3EA;strokeColor=#466392;strokeWidth=1;fontFamily=Comic Sans MS;" value="" vertex="1">
          <mxGeometry height="10" width="10" x="867" y="713" as="geometry" />
        </mxCell>
        <mxCell id="v166" parent="1" style="ellipse;whiteSpace=wrap;html=1;fillColor=#8AB3EA;strokeColor=#466392;strokeWidth=1;fontFamily=Comic Sans MS;" value="" vertex="1">
          <mxGeometry height="10" width="10" x="867" y="736" as="geometry" />
        </mxCell>
        <mxCell id="e167" edge="1" parent="1" source="v160" style="edgeStyle=none;html=1;strokeColor=#49648A;strokeWidth=1;endArrow=none;fontFamily=Comic Sans MS;" target="v162" value="">
          <mxGeometry relative="1" as="geometry" />
        </mxCell>
        <mxCell id="e168" edge="1" parent="1" source="v160" style="edgeStyle=none;html=1;strokeColor=#49648A;strokeWidth=1;endArrow=none;fontFamily=Comic Sans MS;" target="v163" value="">
          <mxGeometry relative="1" as="geometry" />
        </mxCell>
        <mxCell id="e169" edge="1" parent="1" source="v160" style="edgeStyle=none;html=1;strokeColor=#49648A;strokeWidth=1;endArrow=none;fontFamily=Comic Sans MS;" target="v164" value="">
          <mxGeometry relative="1" as="geometry" />
        </mxCell>
        <mxCell id="e170" edge="1" parent="1" source="v161" style="edgeStyle=none;html=1;strokeColor=#49648A;strokeWidth=1;endArrow=none;fontFamily=Comic Sans MS;" target="v162" value="">
          <mxGeometry relative="1" as="geometry" />
        </mxCell>
        <mxCell id="e171" edge="1" parent="1" source="v161" style="edgeStyle=none;html=1;strokeColor=#49648A;strokeWidth=1;endArrow=none;fontFamily=Comic Sans MS;" target="v163" value="">
          <mxGeometry relative="1" as="geometry" />
        </mxCell>
        <mxCell id="e172" edge="1" parent="1" source="v161" style="edgeStyle=none;html=1;strokeColor=#49648A;strokeWidth=1;endArrow=none;fontFamily=Comic Sans MS;" target="v164" value="">
          <mxGeometry relative="1" as="geometry" />
        </mxCell>
        <mxCell id="e173" edge="1" parent="1" source="v162" style="edgeStyle=none;html=1;strokeColor=#49648A;strokeWidth=1;endArrow=none;fontFamily=Comic Sans MS;" target="v165" value="">
          <mxGeometry relative="1" as="geometry" />
        </mxCell>
        <mxCell id="e174" edge="1" parent="1" source="v162" style="edgeStyle=none;html=1;strokeColor=#49648A;strokeWidth=1;endArrow=none;fontFamily=Comic Sans MS;" target="v166" value="">
          <mxGeometry relative="1" as="geometry" />
        </mxCell>
        <mxCell id="e175" edge="1" parent="1" source="v163" style="edgeStyle=none;html=1;strokeColor=#49648A;strokeWidth=1;endArrow=none;fontFamily=Comic Sans MS;" target="v165" value="">
          <mxGeometry relative="1" as="geometry" />
        </mxCell>
        <mxCell id="e176" edge="1" parent="1" source="v163" style="edgeStyle=none;html=1;strokeColor=#49648A;strokeWidth=1;endArrow=none;fontFamily=Comic Sans MS;" target="v166" value="">
          <mxGeometry relative="1" as="geometry" />
        </mxCell>
        <mxCell id="e177" edge="1" parent="1" source="v164" style="edgeStyle=none;html=1;strokeColor=#49648A;strokeWidth=1;endArrow=none;fontFamily=Comic Sans MS;" target="v165" value="">
          <mxGeometry relative="1" as="geometry" />
        </mxCell>
        <mxCell id="e178" edge="1" parent="1" source="v164" style="edgeStyle=none;html=1;strokeColor=#49648A;strokeWidth=1;endArrow=none;fontFamily=Comic Sans MS;" target="v166" value="">
          <mxGeometry relative="1" as="geometry" />
        </mxCell>
        <mxCell id="v179" parent="1" style="shape=rect;fillColor=#222222;strokeColor=#777777;strokeWidth=1;fontFamily=Comic Sans MS;" value="" vertex="1">
          <mxGeometry height="17" width="20" x="944" y="704" as="geometry" />
        </mxCell>
        <mxCell id="v180" parent="1" style="shape=rect;fillColor=#F4F2F7;strokeColor=#777777;strokeWidth=1;fontFamily=Comic Sans MS;" value="" vertex="1">
          <mxGeometry height="17" width="20" x="964" y="704" as="geometry" />
        </mxCell>
        <mxCell id="v181" parent="1" style="shape=rect;fillColor=#FFFFFF;strokeColor=#777777;strokeWidth=1;fontFamily=Comic Sans MS;" value="" vertex="1">
          <mxGeometry height="17" width="20" x="984" y="704" as="geometry" />
        </mxCell>
        <mxCell id="v182" parent="1" style="shape=rect;fillColor=#FFFFFF;strokeColor=#777777;strokeWidth=1;fontFamily=Comic Sans MS;" value="" vertex="1">
          <mxGeometry height="17" width="20" x="1004" y="704" as="geometry" />
        </mxCell>
        <mxCell id="v183" parent="1" style="shape=rect;fillColor=#F6F4F7;strokeColor=#777777;strokeWidth=1;fontFamily=Comic Sans MS;" value="" vertex="1">
          <mxGeometry height="17" width="20" x="944" y="721" as="geometry" />
        </mxCell>
        <mxCell id="v184" parent="1" style="shape=rect;fillColor=#FFFFFF;strokeColor=#777777;strokeWidth=1;fontFamily=Comic Sans MS;" value="" vertex="1">
          <mxGeometry height="17" width="20" x="964" y="721" as="geometry" />
        </mxCell>
        <mxCell id="v185" parent="1" style="shape=rect;fillColor=#ECE8F3;strokeColor=#777777;strokeWidth=1;fontFamily=Comic Sans MS;" value="" vertex="1">
          <mxGeometry height="17" width="20" x="984" y="721" as="geometry" />
        </mxCell>
        <mxCell id="v186" parent="1" style="shape=rect;fillColor=#FFFFFF;strokeColor=#777777;strokeWidth=1;fontFamily=Comic Sans MS;" value="" vertex="1">
          <mxGeometry height="17" width="20" x="1004" y="721" as="geometry" />
        </mxCell>
        <mxCell id="v187" parent="1" style="shape=rect;fillColor=#FFFFFF;strokeColor=#777777;strokeWidth=1;fontFamily=Comic Sans MS;" value="" vertex="1">
          <mxGeometry height="17" width="20" x="944" y="738" as="geometry" />
        </mxCell>
        <mxCell id="v188" parent="1" style="shape=rect;fillColor=#ECE8F3;strokeColor=#777777;strokeWidth=1;fontFamily=Comic Sans MS;" value="" vertex="1">
          <mxGeometry height="17" width="20" x="964" y="738" as="geometry" />
        </mxCell>
        <mxCell id="v189" parent="1" style="shape=rect;fillColor=#FFFFFF;strokeColor=#777777;strokeWidth=1;fontFamily=Comic Sans MS;" value="" vertex="1">
          <mxGeometry height="17" width="20" x="984" y="738" as="geometry" />
        </mxCell>
        <mxCell id="v190" parent="1" style="shape=rect;fillColor=#F7F5FA;strokeColor=#777777;strokeWidth=1;fontFamily=Comic Sans MS;" value="" vertex="1">
          <mxGeometry height="17" width="20" x="1004" y="738" as="geometry" />
        </mxCell>
        <mxCell id="v191" parent="1" style="shape=rect;fillColor=#FFFFFF;strokeColor=#777777;strokeWidth=1;fontFamily=Comic Sans MS;" value="" vertex="1">
          <mxGeometry height="17" width="20" x="944" y="755" as="geometry" />
        </mxCell>
        <mxCell id="v192" parent="1" style="shape=rect;fillColor=#FFFFFF;strokeColor=#777777;strokeWidth=1;fontFamily=Comic Sans MS;" value="" vertex="1">
          <mxGeometry height="17" width="20" x="964" y="755" as="geometry" />
        </mxCell>
        <mxCell id="v193" parent="1" style="shape=rect;fillColor=#F3F0F7;strokeColor=#777777;strokeWidth=1;fontFamily=Comic Sans MS;" value="" vertex="1">
          <mxGeometry height="17" width="20" x="984" y="755" as="geometry" />
        </mxCell>
        <mxCell id="v194" parent="1" style="shape=rect;fillColor=#222222;strokeColor=#777777;strokeWidth=1;fontFamily=Comic Sans MS;" value="" vertex="1">
          <mxGeometry height="17" width="20" x="1004" y="755" as="geometry" />
        </mxCell>
        <mxCell id="v195" parent="1" style="shape=rect;fillColor=#FFFFFF;strokeColor=#333333;strokeWidth=1;fontFamily=Comic Sans MS;" value="" vertex="1">
          <mxGeometry height="12" width="12" x="1070" y="704" as="geometry" />
        </mxCell>
        <mxCell id="v196" parent="1" style="shape=rect;fillColor=#8F6BCF;strokeColor=#513B96;strokeWidth=1;fontFamily=Comic Sans MS;" value="" vertex="1">
          <mxGeometry height="16" width="16" x="1068" y="742" as="geometry" />
        </mxCell>
        <mxCell id="v197" parent="1" style="shape=rect;fillColor=#FFFFFF;strokeColor=#333333;strokeWidth=1;fontFamily=Comic Sans MS;" value="" vertex="1">
          <mxGeometry height="12" width="12" x="1088" y="704" as="geometry" />
        </mxCell>
        <mxCell id="v198" parent="1" style="shape=rect;fillColor=#8F6BCF;strokeColor=#513B96;strokeWidth=1;fontFamily=Comic Sans MS;" value="" vertex="1">
          <mxGeometry height="16" width="16" x="1088" y="742" as="geometry" />
        </mxCell>
        <mxCell id="v199" parent="1" style="shape=rect;fillColor=#FFFFFF;strokeColor=#333333;strokeWidth=1;fontFamily=Comic Sans MS;" value="" vertex="1">
          <mxGeometry height="12" width="12" x="1106" y="704" as="geometry" />
        </mxCell>
        <mxCell id="v200" parent="1" style="shape=rect;fillColor=#8F6BCF;strokeColor=#513B96;strokeWidth=1;fontFamily=Comic Sans MS;" value="" vertex="1">
          <mxGeometry height="16" width="16" x="1108" y="742" as="geometry" />
        </mxCell>
        <mxCell id="v201" parent="1" style="shape=rect;fillColor=#FFFFFF;strokeColor=#333333;strokeWidth=1;fontFamily=Comic Sans MS;" value="" vertex="1">
          <mxGeometry height="12" width="12" x="1124" y="704" as="geometry" />
        </mxCell>
        <mxCell id="v202" parent="1" style="shape=rect;fillColor=#8F6BCF;strokeColor=#513B96;strokeWidth=1;fontFamily=Comic Sans MS;" value="" vertex="1">
          <mxGeometry height="16" width="16" x="1128" y="742" as="geometry" />
        </mxCell>
        <mxCell id="v203" parent="1" style="shape=rect;fillColor=#FFFFFF;strokeColor=#333333;strokeWidth=1;fontFamily=Comic Sans MS;" value="" vertex="1">
          <mxGeometry height="12" width="12" x="1142" y="704" as="geometry" />
        </mxCell>
        <mxCell id="v204" parent="1" style="shape=rect;fillColor=#8F6BCF;strokeColor=#513B96;strokeWidth=1;fontFamily=Comic Sans MS;" value="" vertex="1">
          <mxGeometry height="16" width="16" x="1148" y="742" as="geometry" />
        </mxCell>
        <mxCell id="e205" edge="1" parent="1" source="v195" style="edgeStyle=none;html=1;strokeColor=#555555;strokeWidth=1;endArrow=none;fontFamily=Comic Sans MS;" target="v196" value="">
          <mxGeometry relative="1" as="geometry" />
        </mxCell>
        <mxCell id="e206" edge="1" parent="1" source="v195" style="edgeStyle=none;html=1;strokeColor=#555555;strokeWidth=1;endArrow=none;fontFamily=Comic Sans MS;" target="v198" value="">
          <mxGeometry relative="1" as="geometry" />
        </mxCell>
        <mxCell id="e207" edge="1" parent="1" source="v197" style="edgeStyle=none;html=1;strokeColor=#555555;strokeWidth=1;endArrow=none;fontFamily=Comic Sans MS;" target="v196" value="">
          <mxGeometry relative="1" as="geometry" />
        </mxCell>
        <mxCell id="e208" edge="1" parent="1" source="v197" style="edgeStyle=none;html=1;strokeColor=#555555;strokeWidth=1;endArrow=none;fontFamily=Comic Sans MS;" target="v198" value="">
          <mxGeometry relative="1" as="geometry" />
        </mxCell>
        <mxCell id="e209" edge="1" parent="1" source="v197" style="edgeStyle=none;html=1;strokeColor=#555555;strokeWidth=1;endArrow=none;fontFamily=Comic Sans MS;" target="v200" value="">
          <mxGeometry relative="1" as="geometry" />
        </mxCell>
        <mxCell id="e210" edge="1" parent="1" source="v199" style="edgeStyle=none;html=1;strokeColor=#555555;strokeWidth=1;endArrow=none;fontFamily=Comic Sans MS;" target="v198" value="">
          <mxGeometry relative="1" as="geometry" />
        </mxCell>
        <mxCell id="e211" edge="1" parent="1" source="v199" style="edgeStyle=none;html=1;strokeColor=#555555;strokeWidth=1;endArrow=none;fontFamily=Comic Sans MS;" target="v200" value="">
          <mxGeometry relative="1" as="geometry" />
        </mxCell>
        <mxCell id="e212" edge="1" parent="1" source="v199" style="edgeStyle=none;html=1;strokeColor=#555555;strokeWidth=1;endArrow=none;fontFamily=Comic Sans MS;" target="v202" value="">
          <mxGeometry relative="1" as="geometry" />
        </mxCell>
        <mxCell id="e213" edge="1" parent="1" source="v201" style="edgeStyle=none;html=1;strokeColor=#555555;strokeWidth=1;endArrow=none;fontFamily=Comic Sans MS;" target="v200" value="">
          <mxGeometry relative="1" as="geometry" />
        </mxCell>
        <mxCell id="e214" edge="1" parent="1" source="v201" style="edgeStyle=none;html=1;strokeColor=#555555;strokeWidth=1;endArrow=none;fontFamily=Comic Sans MS;" target="v202" value="">
          <mxGeometry relative="1" as="geometry" />
        </mxCell>
        <mxCell id="e215" edge="1" parent="1" source="v201" style="edgeStyle=none;html=1;strokeColor=#555555;strokeWidth=1;endArrow=none;fontFamily=Comic Sans MS;" target="v204" value="">
          <mxGeometry relative="1" as="geometry" />
        </mxCell>
        <mxCell id="e216" edge="1" parent="1" source="v203" style="edgeStyle=none;html=1;strokeColor=#555555;strokeWidth=1;endArrow=none;fontFamily=Comic Sans MS;" target="v202" value="">
          <mxGeometry relative="1" as="geometry" />
        </mxCell>
        <mxCell id="e217" edge="1" parent="1" source="v203" style="edgeStyle=none;html=1;strokeColor=#555555;strokeWidth=1;endArrow=none;fontFamily=Comic Sans MS;" target="v204" value="">
          <mxGeometry relative="1" as="geometry" />
        </mxCell>
        <mxCell id="v218" parent="1" style="shape=rect;fillColor=#8B6AC7;gradientColor=#C6B4E7;gradientDirection=north;strokeColor=#6E55A9;strokeWidth=1;fontFamily=Comic Sans MS;" value="" vertex="1">
          <mxGeometry height="34" width="16" x="1198" y="714" as="geometry" />
        </mxCell>
        <mxCell id="v219" parent="1" style="shape=rect;fillColor=#8B6AC7;gradientColor=#C6B4E7;gradientDirection=north;strokeColor=#6E55A9;strokeWidth=1;fontFamily=Comic Sans MS;" value="" vertex="1">
          <mxGeometry height="42" width="16" x="1220" y="706" as="geometry" />
        </mxCell>
        <mxCell id="v220" parent="1" style="shape=rect;fillColor=#8B6AC7;gradientColor=#C6B4E7;gradientDirection=north;strokeColor=#6E55A9;strokeWidth=1;fontFamily=Comic Sans MS;" value="" vertex="1">
          <mxGeometry height="38" width="16" x="1242" y="710" as="geometry" />
        </mxCell>
        <mxCell id="v221" parent="1" style="shape=rect;fillColor=#8B6AC7;gradientColor=#C6B4E7;gradientDirection=north;strokeColor=#6E55A9;strokeWidth=1;fontFamily=Comic Sans MS;" value="" vertex="1">
          <mxGeometry height="31" width="16" x="1264" y="717" as="geometry" />
        </mxCell>
        <mxCell id="v222" parent="1" style="text;html=1;whiteSpace=wrap;align=center;verticalAlign=middle;fontFamily=Comic Sans MS;fontSize=18;fontColor=#333333;fontStyle=1;spacing=0;" value="⋯" vertex="1">
          <mxGeometry height="20" width="12" x="1276" y="715" as="geometry" />
        </mxCell>
        <mxCell id="v223" parent="1" style="shape=line;strokeColor=#8B75D4;strokeWidth=1;dashed=1;dashPattern=6 4;fontFamily=Comic Sans MS;" value="" vertex="1">
          <mxGeometry height="1" width="620" x="685" y="786" as="geometry" />
        </mxCell>
        <mxCell id="v224" parent="1" style="text;html=1;whiteSpace=wrap;align=center;verticalAlign=middle;fontFamily=Comic Sans MS;fontSize=19;fontColor=#222222;fontStyle=0;spacing=0;" value="削弱非情感因素干扰，提取更纯净稳定的情感特征。" vertex="1">
          <mxGeometry height="30" width="580" x="705" y="795" as="geometry" />
        </mxCell>
        <mxCell id="e225" edge="1" parent="1" style="edgeStyle=orthogonalEdgeStyle;rounded=0;html=1;strokeColor=#5D43B3;strokeWidth=4;endArrow=none;" value="">
          <mxGeometry relative="1" as="geometry">
            <Array as="points">
              <mxPoint x="1322" y="378" />
              <mxPoint x="1355" y="378" />
              <mxPoint x="1355" y="519" />
            </Array>
          </mxGeometry>
        </mxCell>
        <mxCell id="e226" edge="1" parent="1" style="edgeStyle=orthogonalEdgeStyle;rounded=0;html=1;strokeColor=#5D43B3;strokeWidth=4;endArrow=none;" value="">
          <mxGeometry relative="1" as="geometry">
            <Array as="points">
              <mxPoint x="1322" y="695" />
              <mxPoint x="1355" y="695" />
              <mxPoint x="1355" y="519" />
            </Array>
          </mxGeometry>
        </mxCell>
        <mxCell id="e227" edge="1" parent="1" style="edgeStyle=orthogonalEdgeStyle;rounded=0;html=1;strokeColor=#5D43B3;strokeWidth=4;endArrow=block;endFill=1;" value="">
          <mxGeometry relative="1" as="geometry">
            <Array as="points">
              <mxPoint x="1355" y="519" />
              <mxPoint x="1403" y="519" />
            </Array>
          </mxGeometry>
        </mxCell>
        <mxCell id="v228" parent="1" style="ellipse;whiteSpace=wrap;html=1;fillColor=#FFFFFF;strokeColor=#D6C9EE;strokeWidth=5;fontFamily=Comic Sans MS;" value="" vertex="1">
          <mxGeometry height="135" width="135" x="1448" y="328" as="geometry" />
        </mxCell>
        <mxCell id="v229" parent="1" style="ellipse;whiteSpace=wrap;html=1;fillColor=#FFFFFF;strokeColor=#6F54BA;strokeWidth=9;fontFamily=Comic Sans MS;" value="" vertex="1">
          <mxGeometry height="92" width="92" x="1470" y="350" as="geometry" />
        </mxCell>
        <mxCell id="v230" parent="1" style="ellipse;whiteSpace=wrap;html=1;fillColor=#FFFFFF;strokeColor=#6F54BA;strokeWidth=9;fontFamily=Comic Sans MS;" value="" vertex="1">
          <mxGeometry height="48" width="48" x="1492" y="372" as="geometry" />
        </mxCell>
        <mxCell id="v231" parent="1" style="ellipse;whiteSpace=wrap;html=1;fillColor=#6F54BA;strokeColor=#6F54BA;strokeWidth=0;fontFamily=Comic Sans MS;" value="" vertex="1">
          <mxGeometry height="16" width="16" x="1508" y="388" as="geometry" />
        </mxCell>
        <mxCell id="v232" parent="1" style="shape=rect;rotation=-45;fillColor=#6F54BA;strokeColor=none;fontFamily=Comic Sans MS;" value="" vertex="1">
          <mxGeometry height="10" width="62" x="1514" y="365" as="geometry" />
        </mxCell>
        <mxCell id="v233" parent="1" style="shape=triangle;direction=east;rotation=-45;fillColor=#6F54BA;strokeColor=none;fontFamily=Comic Sans MS;" value="" vertex="1">
          <mxGeometry height="28" width="28" x="1561" y="341" as="geometry" />
        </mxCell>
        <mxCell id="v234" parent="1" style="shape=line;strokeColor=#8B75D4;strokeWidth=1;dashed=1;dashPattern=6 4;fontFamily=Comic Sans MS;" value="" vertex="1">
          <mxGeometry height="1" width="180" x="1425" y="522" as="geometry" />
        </mxCell>
        <mxCell id="v235" parent="1" style="text;html=1;whiteSpace=wrap;align=center;verticalAlign=middle;fontFamily=Comic Sans MS;fontSize=24;fontColor=#5134A6;fontStyle=1;spacing=0;" value="提升合成语音的&lt;br&gt;自然度、&lt;br&gt;情感可控性与&lt;br&gt;声学质量。" vertex="1">
          <mxGeometry height="180" width="170" x="1430" y="555" as="geometry" />
        </mxCell>
      </root>
    </mxGraphModel>
  </diagram>
</mxfile>
